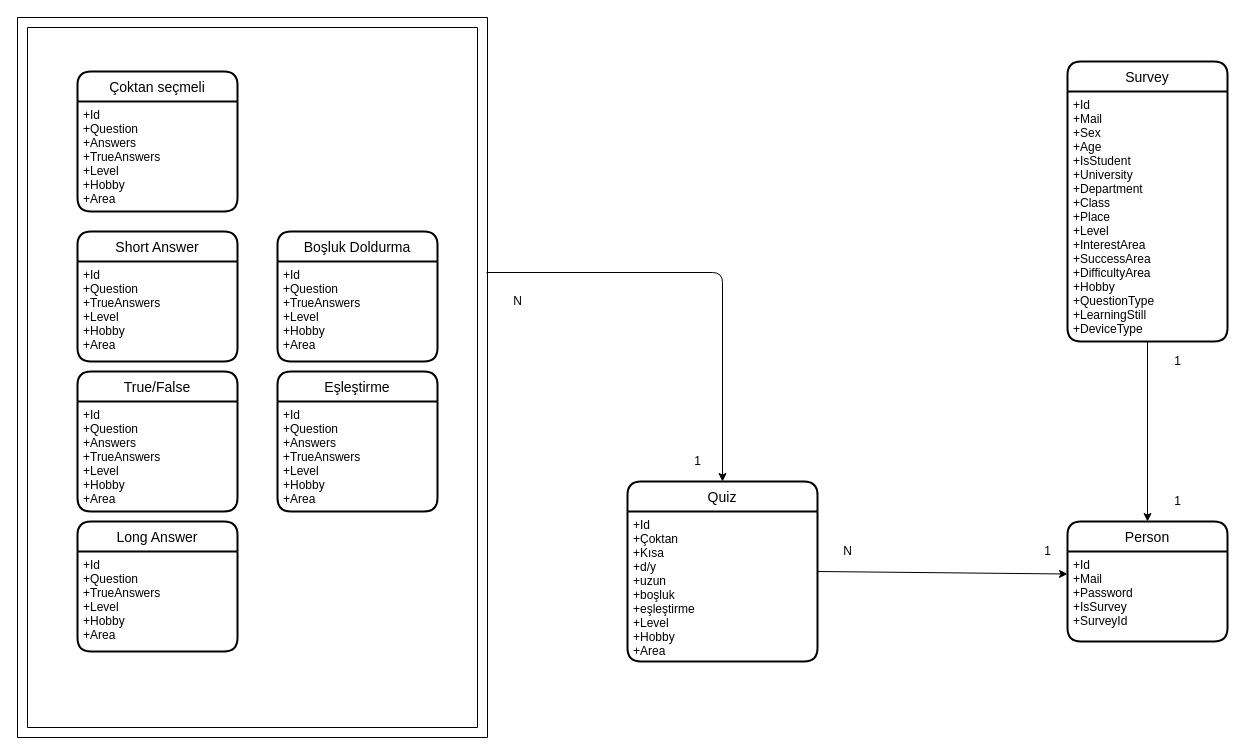
Before: Untitled Diagram.drawio in yildirimynsemre/web, a draw.io diagram. Source tidied: cells renumbered, new cells numbered last; positions are measured from the earlier drawing's top-left corner, leaving out a move shared by most shapes. Both pictures are drawn from the tidied source at 100%, with x=0, y=0 at pixel (17, 17).
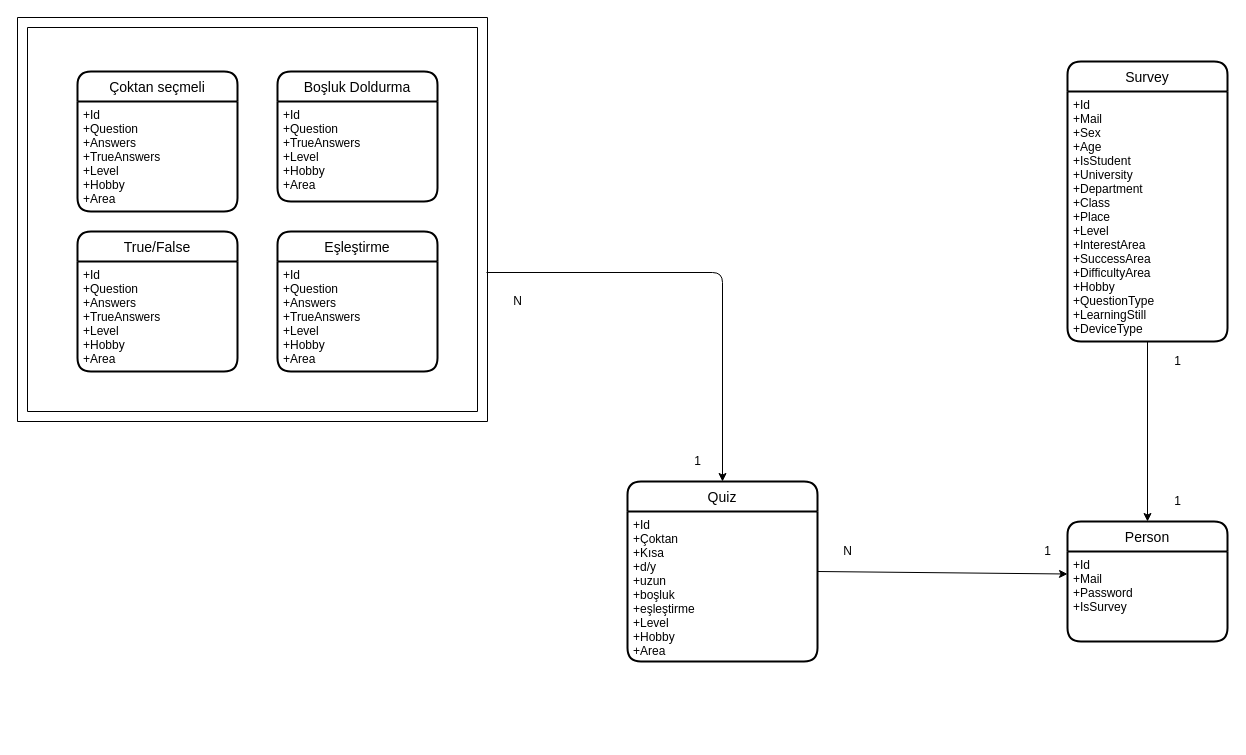
The same page after the edit.

The change refers to these unchanged cells:
```xml
<mxCell id="2" value="Person" style="swimlane;horizontal=1;startSize=30;rounded=1;fontSize=14;fontStyle=0;strokeWidth=2;shadow=0;dashed=0;align=center;" parent="1" vertex="1">
  <mxGeometry x="1050" y="504" width="160" height="120" as="geometry" />
</mxCell>
```

Change to the diagram source:
```diff
@@
-    <mxCell id="3" value="+Id&#10;+Mail&#10;+Password&#10;+IsSurvey&#10;+SurveyId" style="align=left;strokeColor=none;fillColor=none;spacingLeft=4;fontSize=12;verticalAlign=top;" parent="2" vertex="1">
+    <mxCell id="3" value="+Id&#10;+Mail&#10;+Password&#10;+IsSurvey" style="align=left;strokeColor=none;fillColor=none;spacingLeft=4;fontSize=12;verticalAlign=top;" parent="2" vertex="1">
       <mxGeometry y="30" width="160" height="90" as="geometry" />
     </mxCell>
@@
-    <mxCell id="8" value="Short Answer" style="swimlane;horizontal=1;startSize=30;rounded=1;fontSize=14;fontStyle=0;strokeWidth=2;shadow=0;dashed=0;align=center;" parent="1" vertex="1">
-      <mxGeometry x="60" y="214" width="160" height="130" as="geometry" />
-    </mxCell>
-    <mxCell id="9" value="+Id&#10;+Question&#10;+TrueAnswers&#10;+Level&#10;+Hobby&#10;+Area" style="align=left;strokeColor=none;fillColor=none;spacingLeft=4;fontSize=12;verticalAlign=top;" parent="8" vertex="1">
-      <mxGeometry y="30" width="160" height="100" as="geometry" />
-    </mxCell>
     <mxCell id="10" value="True/False" style="swimlane;horizontal=1;startSize=30;rounded=1;fontSize=14;fontStyle=0;strokeWidth=2;shadow=0;dashed=0;align=center;" parent="1" vertex="1">
-      <mxGeometry x="60" y="354" width="160" height="140" as="geometry" />
+      <mxGeometry x="60" y="214" width="160" height="140" as="geometry" />
     </mxCell>
@@
-    <mxCell id="12" value="Long Answer" style="swimlane;horizontal=1;startSize=30;rounded=1;fontSize=14;fontStyle=0;strokeWidth=2;shadow=0;dashed=0;align=center;" parent="1" vertex="1">
-      <mxGeometry x="60" y="504" width="160" height="130" as="geometry" />
-    </mxCell>
-    <mxCell id="13" value="+Id&#10;+Question&#10;+TrueAnswers&#10;+Level&#10;+Hobby&#10;+Area" style="align=left;strokeColor=none;fillColor=none;spacingLeft=4;fontSize=12;verticalAlign=top;" parent="12" vertex="1">
-      <mxGeometry y="30" width="160" height="100" as="geometry" />
-    </mxCell>
     <mxCell id="14" value="Boşluk Doldurma" style="swimlane;horizontal=1;startSize=30;rounded=1;fontSize=14;fontStyle=0;strokeWidth=2;shadow=0;dashed=0;align=center;" parent="1" vertex="1">
-      <mxGeometry x="260" y="214" width="160" height="130" as="geometry" />
+      <mxGeometry x="260" y="54" width="160" height="130" as="geometry" />
     </mxCell>
@@
     <mxCell id="16" value="Eşleştirme" style="swimlane;horizontal=1;startSize=30;rounded=1;fontSize=14;fontStyle=0;strokeWidth=2;shadow=0;dashed=0;align=center;" parent="1" vertex="1">
-      <mxGeometry x="260" y="354" width="160" height="140" as="geometry" />
+      <mxGeometry x="260" y="214" width="160" height="140" as="geometry" />
     </mxCell>
@@
     <mxCell id="20" style="verticalLabelPosition=bottom;verticalAlign=top;html=1;shape=mxgraph.basic.frame;dx=10;" parent="1" vertex="1">
-      <mxGeometry width="470" height="720" as="geometry" />
+      <mxGeometry width="470" height="404" as="geometry" />
     </mxCell>
```
